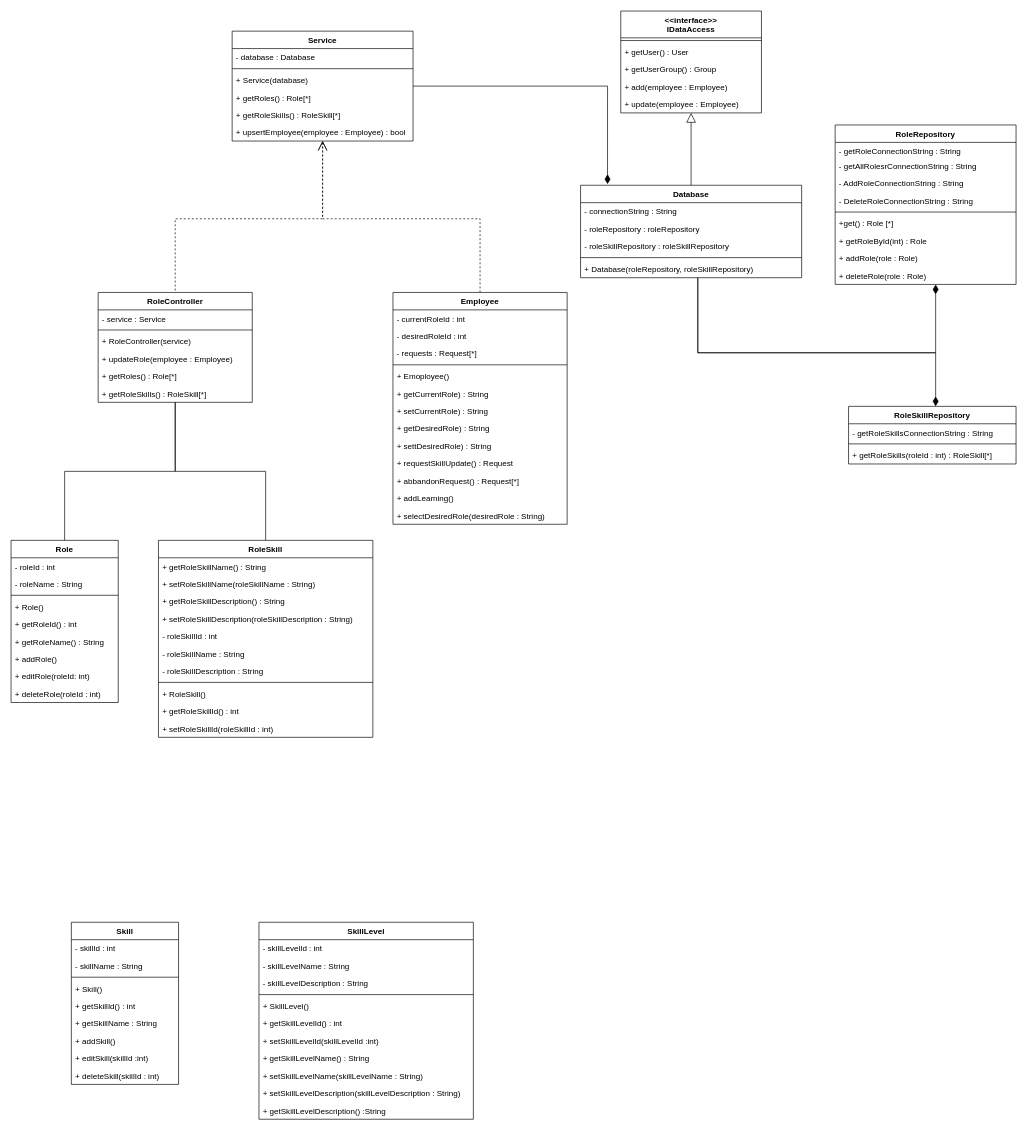
The draw.io diagram SelectRoleClassDiagram.drawio in learningCurve89/WorkBasedPortfolios, before the edit. Source tidied: cells renumbered, new cells numbered last; positions are measured from the earlier drawing's top-left corner, leaving out a move shared by most shapes. Both pictures are drawn from the tidied source at 67%, with x=0, y=0 at pixel (11, 11).
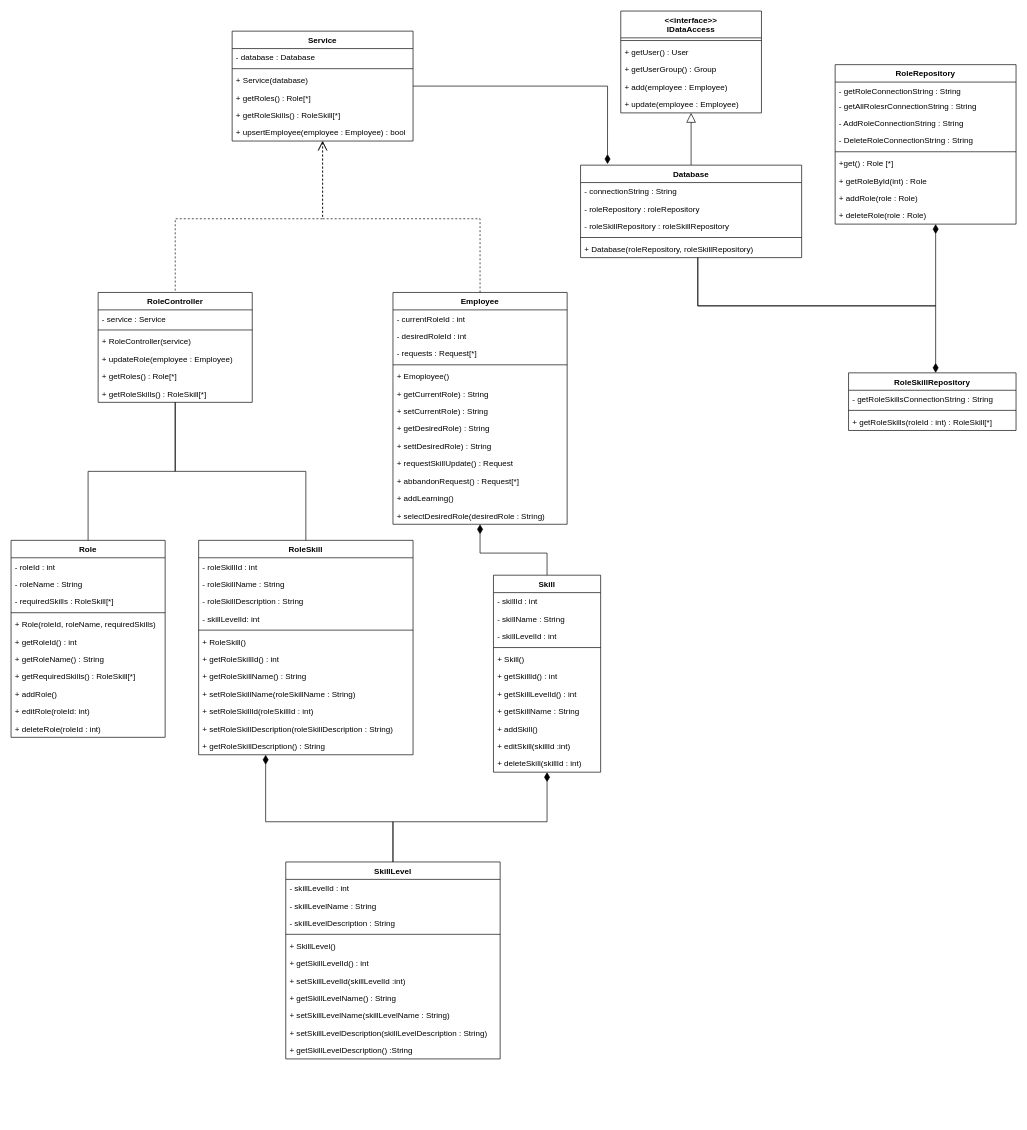
After the change.

The change refers to these unchanged cells:
```xml
<mxCell id="3" value="Employee" style="swimlane;fontStyle=1;align=center;verticalAlign=top;horizontal=1;startSize=26;" parent="1" vertex="1">
  <mxGeometry x="570" y="420" width="260" height="346" as="geometry" />
</mxCell>
```

Change to the diagram source:
```diff
@@
     <mxCell id="17" value="Role" style="swimlane;fontStyle=1;align=center;verticalAlign=top;horizontal=1;startSize=26;" parent="1" vertex="1">
-      <mxGeometry y="790" width="160" height="242" as="geometry" />
+      <mxGeometry y="790" width="230" height="294" as="geometry" />
     </mxCell>
     <mxCell id="18" value="- roleId : int" style="text;strokeColor=none;fillColor=none;align=left;verticalAlign=top;spacingLeft=4;spacingRight=4;overflow=hidden;" parent="17" vertex="1">
-      <mxGeometry y="26" width="160" height="26" as="geometry" />
+      <mxGeometry y="26" width="230" height="26" as="geometry" />
     </mxCell>
+    <mxCell id="108" value="- roleName : String" style="text;strokeColor=none;fillColor=none;align=left;verticalAlign=top;spacingLeft=4;spacingRight=4;overflow=hidden;" parent="17" vertex="1">
+      <mxGeometry y="52" width="230" height="26" as="geometry" />
+    </mxCell>
-    <mxCell id="19" value="- roleName : String" style="text;strokeColor=none;fillColor=none;align=left;verticalAlign=top;spacingLeft=4;spacingRight=4;overflow=hidden;" parent="17" vertex="1">
-      <mxGeometry y="52" width="160" height="26" as="geometry" />
+    <mxCell id="19" value="- requiredSkills : RoleSkill[*]" style="text;strokeColor=none;fillColor=none;align=left;verticalAlign=top;spacingLeft=4;spacingRight=4;overflow=hidden;" parent="17" vertex="1">
+      <mxGeometry y="78" width="230" height="26" as="geometry" />
     </mxCell>
     <mxCell id="20" style="line;strokeWidth=1;fillColor=none;align=left;verticalAlign=middle;spacingTop=-1;spacingLeft=3;spacingRight=3;labelPosition=right;" parent="17" vertex="1">
-      <mxGeometry y="78" width="160" height="8" as="geometry" />
+      <mxGeometry y="104" width="230" height="8" as="geometry" />
     </mxCell>
-    <mxCell id="21" value="+ Role()" style="text;strokeColor=none;fillColor=none;align=left;verticalAlign=top;spacingLeft=4;spacingRight=4;overflow=hidden;" parent="17" vertex="1">
-      <mxGeometry y="86" width="160" height="26" as="geometry" />
+    <mxCell id="21" value="+ Role(roleId, roleName, requiredSkills)" style="text;strokeColor=none;fillColor=none;align=left;verticalAlign=top;spacingLeft=4;spacingRight=4;overflow=hidden;" parent="17" vertex="1">
+      <mxGeometry y="112" width="230" height="26" as="geometry" />
     </mxCell>
     <mxCell id="22" value="+ getRoleId() : int" style="text;strokeColor=none;fillColor=none;align=left;verticalAlign=top;spacingLeft=4;spacingRight=4;overflow=hidden;" parent="17" vertex="1">
-      <mxGeometry y="112" width="160" height="26" as="geometry" />
+      <mxGeometry y="138" width="230" height="26" as="geometry" />
     </mxCell>
+    <mxCell id="109" value="+ getRoleName() : String" style="text;strokeColor=none;fillColor=none;align=left;verticalAlign=top;spacingLeft=4;spacingRight=4;overflow=hidden;" parent="17" vertex="1">
+      <mxGeometry y="164" width="230" height="26" as="geometry" />
+    </mxCell>
-    <mxCell id="23" value="+ getRoleName() : String" style="text;strokeColor=none;fillColor=none;align=left;verticalAlign=top;spacingLeft=4;spacingRight=4;overflow=hidden;" parent="17" vertex="1">
-      <mxGeometry y="138" width="160" height="26" as="geometry" />
+    <mxCell id="23" value="+ getRequiredSkills() : RoleSkill[*]" style="text;strokeColor=none;fillColor=none;align=left;verticalAlign=top;spacingLeft=4;spacingRight=4;overflow=hidden;" parent="17" vertex="1">
+      <mxGeometry y="190" width="230" height="26" as="geometry" />
     </mxCell>
     <mxCell id="24" value="+ addRole()" style="text;strokeColor=none;fillColor=none;align=left;verticalAlign=top;spacingLeft=4;spacingRight=4;overflow=hidden;" parent="17" vertex="1">
-      <mxGeometry y="164" width="160" height="26" as="geometry" />
+      <mxGeometry y="216" width="230" height="26" as="geometry" />
     </mxCell>
     <mxCell id="25" value="+ editRole(roleId: int)" style="text;strokeColor=none;fillColor=none;align=left;verticalAlign=top;spacingLeft=4;spacingRight=4;overflow=hidden;" parent="17" vertex="1">
-      <mxGeometry y="190" width="160" height="26" as="geometry" />
+      <mxGeometry y="242" width="230" height="26" as="geometry" />
     </mxCell>
     <mxCell id="26" value="+ deleteRole(roleId : int)" style="text;strokeColor=none;fillColor=none;align=left;verticalAlign=top;spacingLeft=4;spacingRight=4;overflow=hidden;" parent="17" vertex="1">
-      <mxGeometry y="216" width="160" height="26" as="geometry" />
+      <mxGeometry y="268" width="230" height="26" as="geometry" />
     </mxCell>
+    <mxCell id="110" style="edgeStyle=orthogonalEdgeStyle;rounded=0;jettySize=auto;html=1;startSize=12;endArrow=diamondThin;endFill=1;endSize=12;" parent="1" edge="1" source="27" target="3">
+      <mxGeometry relative="1" as="geometry" />
+    </mxCell>
     <mxCell id="27" value="Skill" style="swimlane;fontStyle=1;align=center;verticalAlign=top;horizontal=1;startSize=26;" parent="1" vertex="1">
-      <mxGeometry x="90" y="1360" width="160" height="242" as="geometry" />
+      <mxGeometry x="720" y="842" width="160" height="294" as="geometry" />
     </mxCell>
@@
+    <mxCell id="111" value="- skillName : String" style="text;strokeColor=none;fillColor=none;align=left;verticalAlign=top;spacingLeft=4;spacingRight=4;overflow=hidden;" parent="27" vertex="1">
+      <mxGeometry y="52" width="160" height="26" as="geometry" />
+    </mxCell>
-    <mxCell id="29" value="- skillName : String" style="text;strokeColor=none;fillColor=none;align=left;verticalAlign=top;spacingLeft=4;spacingRight=4;overflow=hidden;" parent="27" vertex="1">
-      <mxGeometry y="52" width="160" height="26" as="geometry" />
+    <mxCell id="29" value="- skillLevelId : int" style="text;strokeColor=none;fillColor=none;align=left;verticalAlign=top;spacingLeft=4;spacingRight=4;overflow=hidden;" parent="27" vertex="1">
+      <mxGeometry y="78" width="160" height="26" as="geometry" />
     </mxCell>
     <mxCell id="30" style="line;strokeWidth=1;fillColor=none;align=left;verticalAlign=middle;spacingTop=-1;spacingLeft=3;spacingRight=3;labelPosition=right;" parent="27" vertex="1">
-      <mxGeometry y="78" width="160" height="8" as="geometry" />
+      <mxGeometry y="104" width="160" height="8" as="geometry" />
     </mxCell>
     <mxCell id="31" value="+ Skill()" style="text;strokeColor=none;fillColor=none;align=left;verticalAlign=top;spacingLeft=4;spacingRight=4;overflow=hidden;" parent="27" vertex="1">
-      <mxGeometry y="86" width="160" height="26" as="geometry" />
+      <mxGeometry y="112" width="160" height="26" as="geometry" />
     </mxCell>
+    <mxCell id="112" value="+ getSkillId() : int" style="text;strokeColor=none;fillColor=none;align=left;verticalAlign=top;spacingLeft=4;spacingRight=4;overflow=hidden;" parent="27" vertex="1">
+      <mxGeometry y="138" width="160" height="26" as="geometry" />
+    </mxCell>
-    <mxCell id="32" value="+ getSkillId() : int" style="text;strokeColor=none;fillColor=none;align=left;verticalAlign=top;spacingLeft=4;spacingRight=4;overflow=hidden;" parent="27" vertex="1">
-      <mxGeometry y="112" width="160" height="26" as="geometry" />
+    <mxCell id="32" value="+ getSkillLevelId() : int" style="text;strokeColor=none;fillColor=none;align=left;verticalAlign=top;spacingLeft=4;spacingRight=4;overflow=hidden;" parent="27" vertex="1">
+      <mxGeometry y="164" width="160" height="26" as="geometry" />
     </mxCell>
     <mxCell id="33" value="+ getSkillName : String" style="text;strokeColor=none;fillColor=none;align=left;verticalAlign=top;spacingLeft=4;spacingRight=4;overflow=hidden;" parent="27" vertex="1">
-      <mxGeometry y="138" width="160" height="26" as="geometry" />
+      <mxGeometry y="190" width="160" height="26" as="geometry" />
     </mxCell>
     <mxCell id="34" value="+ addSkill()" style="text;strokeColor=none;fillColor=none;align=left;verticalAlign=top;spacingLeft=4;spacingRight=4;overflow=hidden;" parent="27" vertex="1">
-      <mxGeometry y="164" width="160" height="26" as="geometry" />
+      <mxGeometry y="216" width="160" height="26" as="geometry" />
     </mxCell>
     <mxCell id="35" value="+ editSkill(skillId :int)" style="text;strokeColor=none;fillColor=none;align=left;verticalAlign=top;spacingLeft=4;spacingRight=4;overflow=hidden;" parent="27" vertex="1">
-      <mxGeometry y="190" width="160" height="26" as="geometry" />
+      <mxGeometry y="242" width="160" height="26" as="geometry" />
     </mxCell>
     <mxCell id="36" value="+ deleteSkill(skillId : int)" style="text;strokeColor=none;fillColor=none;align=left;verticalAlign=top;spacingLeft=4;spacingRight=4;overflow=hidden;" parent="27" vertex="1">
-      <mxGeometry y="216" width="160" height="26" as="geometry" />
+      <mxGeometry y="268" width="160" height="26" as="geometry" />
     </mxCell>
+    <mxCell id="113" style="edgeStyle=orthogonalEdgeStyle;rounded=0;jettySize=auto;html=1;startSize=12;endArrow=diamondThin;endFill=1;endSize=12;" parent="1" edge="1" source="37" target="27">
+      <mxGeometry relative="1" as="geometry">
+        <Array as="points">
+          <mxPoint x="570" y="1210" />
+          <mxPoint x="800" y="1210" />
+        </Array>
+      </mxGeometry>
+    </mxCell>
+    <mxCell id="114" style="edgeStyle=orthogonalEdgeStyle;rounded=0;jettySize=auto;html=1;startSize=12;endArrow=diamondThin;endFill=1;endSize=12;" parent="1" edge="1" source="37" target="49">
+      <mxGeometry relative="1" as="geometry">
+        <Array as="points">
+          <mxPoint x="570" y="1210" />
+          <mxPoint x="380" y="1210" />
+        </Array>
+      </mxGeometry>
+    </mxCell>
     <mxCell id="37" value="SkillLevel" style="swimlane;fontStyle=1;align=center;verticalAlign=top;horizontal=1;startSize=26;" parent="1" vertex="1">
-      <mxGeometry x="370" y="1360" width="320" height="294" as="geometry" />
+      <mxGeometry x="410" y="1270" width="320" height="294" as="geometry" />
     </mxCell>
@@
     <mxCell id="49" value="RoleSkill" style="swimlane;fontStyle=1;align=center;verticalAlign=top;horizontal=1;startSize=26;" parent="1" vertex="1">
-      <mxGeometry x="220" y="790" width="320" height="294" as="geometry" />
+      <mxGeometry x="280" y="790" width="320" height="320" as="geometry" />
     </mxCell>
-    <mxCell id="50" value="+ getRoleSkillName() : String" style="text;strokeColor=none;fillColor=none;align=left;verticalAlign=top;spacingLeft=4;spacingRight=4;overflow=hidden;" parent="49" vertex="1">
-      <mxGeometry y="26" width="320" height="26" as="geometry" />
-    </mxCell>
-    <mxCell id="51" value="+ setRoleSkillName(roleSkillName : String)" style="text;strokeColor=none;fillColor=none;align=left;verticalAlign=top;spacingLeft=4;spacingRight=4;overflow=hidden;" parent="49" vertex="1">
-      <mxGeometry y="52" width="320" height="26" as="geometry" />
-    </mxCell>
-    <mxCell id="52" value="+ getRoleSkillDescription() : String" style="text;strokeColor=none;fillColor=none;align=left;verticalAlign=top;spacingLeft=4;spacingRight=4;overflow=hidden;" parent="49" vertex="1">
-      <mxGeometry y="78" width="320" height="26" as="geometry" />
-    </mxCell>
-    <mxCell id="53" value="+ setRoleSkillDescription(roleSkillDescription : String)" style="text;strokeColor=none;fillColor=none;align=left;verticalAlign=top;spacingLeft=4;spacingRight=4;overflow=hidden;" parent="49" vertex="1">
-      <mxGeometry y="104" width="320" height="26" as="geometry" />
-    </mxCell>
     <mxCell id="54" value="- roleSkillId : int" style="text;strokeColor=none;fillColor=none;align=left;verticalAlign=top;spacingLeft=4;spacingRight=4;overflow=hidden;" parent="49" vertex="1">
-      <mxGeometry y="130" width="320" height="26" as="geometry" />
+      <mxGeometry y="26" width="320" height="26" as="geometry" />
     </mxCell>
     <mxCell id="55" value="- roleSkillName : String" style="text;strokeColor=none;fillColor=none;align=left;verticalAlign=top;spacingLeft=4;spacingRight=4;overflow=hidden;" parent="49" vertex="1">
-      <mxGeometry y="156" width="320" height="26" as="geometry" />
+      <mxGeometry y="52" width="320" height="26" as="geometry" />
     </mxCell>
     <mxCell id="56" value="- roleSkillDescription : String" style="text;strokeColor=none;fillColor=none;align=left;verticalAlign=top;spacingLeft=4;spacingRight=4;overflow=hidden;" parent="49" vertex="1">
-      <mxGeometry y="182" width="320" height="26" as="geometry" />
+      <mxGeometry y="78" width="320" height="26" as="geometry" />
     </mxCell>
+    <mxCell id="115" value="- skillLevelId: int" style="text;strokeColor=none;fillColor=none;align=left;verticalAlign=top;spacingLeft=4;spacingRight=4;overflow=hidden;" parent="49" vertex="1">
+      <mxGeometry y="104" width="320" height="26" as="geometry" />
+    </mxCell>
     <mxCell id="57" style="line;strokeWidth=1;fillColor=none;align=left;verticalAlign=middle;spacingTop=-1;spacingLeft=3;spacingRight=3;labelPosition=right;" parent="49" vertex="1">
-      <mxGeometry y="208" width="320" height="8" as="geometry" />
+      <mxGeometry y="130" width="320" height="8" as="geometry" />
     </mxCell>
     <mxCell id="58" value="+ RoleSkill()" style="text;strokeColor=none;fillColor=none;align=left;verticalAlign=top;spacingLeft=4;spacingRight=4;overflow=hidden;" parent="49" vertex="1">
-      <mxGeometry y="216" width="320" height="26" as="geometry" />
+      <mxGeometry y="138" width="320" height="26" as="geometry" />
     </mxCell>
     <mxCell id="59" value="+ getRoleSkillId() : int" style="text;strokeColor=none;fillColor=none;align=left;verticalAlign=top;spacingLeft=4;spacingRight=4;overflow=hidden;" parent="49" vertex="1">
-      <mxGeometry y="242" width="320" height="26" as="geometry" />
+      <mxGeometry y="164" width="320" height="26" as="geometry" />
     </mxCell>
+    <mxCell id="50" value="+ getRoleSkillName() : String" style="text;strokeColor=none;fillColor=none;align=left;verticalAlign=top;spacingLeft=4;spacingRight=4;overflow=hidden;" parent="49" vertex="1">
+      <mxGeometry y="190" width="320" height="26" as="geometry" />
+    </mxCell>
+    <mxCell id="51" value="+ setRoleSkillName(roleSkillName : String)" style="text;strokeColor=none;fillColor=none;align=left;verticalAlign=top;spacingLeft=4;spacingRight=4;overflow=hidden;" parent="49" vertex="1">
+      <mxGeometry y="216" width="320" height="26" as="geometry" />
+    </mxCell>
     <mxCell id="60" value="+ setRoleSkillId(roleSkillId : int) " style="text;strokeColor=none;fillColor=none;align=left;verticalAlign=top;spacingLeft=4;spacingRight=4;overflow=hidden;" parent="49" vertex="1">
-      <mxGeometry y="268" width="320" height="26" as="geometry" />
+      <mxGeometry y="242" width="320" height="26" as="geometry" />
     </mxCell>
+    <mxCell id="53" value="+ setRoleSkillDescription(roleSkillDescription : String)" style="text;strokeColor=none;fillColor=none;align=left;verticalAlign=top;spacingLeft=4;spacingRight=4;overflow=hidden;" parent="49" vertex="1">
+      <mxGeometry y="268" width="320" height="26" as="geometry" />
+    </mxCell>
+    <mxCell id="52" value="+ getRoleSkillDescription() : String" style="text;strokeColor=none;fillColor=none;align=left;verticalAlign=top;spacingLeft=4;spacingRight=4;overflow=hidden;" parent="49" vertex="1">
+      <mxGeometry y="294" width="320" height="26" as="geometry" />
+    </mxCell>
@@
     <mxCell id="70" style="edgeStyle=orthogonalEdgeStyle;rounded=0;jettySize=auto;html=1;endArrow=diamondThin;endFill=1;endSize=12;startSize=12;" parent="1" edge="1" source="73" target="87">
       <mxGeometry relative="1" as="geometry">
         <Array as="points">
-          <mxPoint x="1025" y="510" />
-          <mxPoint x="1380" y="510" />
+          <mxPoint x="1025" y="440" />
+          <mxPoint x="1380" y="440" />
         </Array>
       </mxGeometry>
     </mxCell>
     <mxCell id="71" style="edgeStyle=orthogonalEdgeStyle;rounded=0;jettySize=auto;html=1;endArrow=diamondThin;endFill=1;endSize=12;startSize=12;" parent="1" edge="1" source="73" target="97">
       <mxGeometry relative="1" as="geometry">
         <Array as="points">
-          <mxPoint x="1025" y="510" />
-          <mxPoint x="1380" y="510" />
+          <mxPoint x="1025" y="440" />
+          <mxPoint x="1380" y="440" />
         </Array>
       </mxGeometry>
     </mxCell>
@@
     <mxCell id="73" value="Database" style="swimlane;fontStyle=1;align=center;verticalAlign=top;horizontal=1;startSize=26;" parent="1" vertex="1">
-      <mxGeometry x="850" y="260" width="330" height="138" as="geometry" />
+      <mxGeometry x="850" y="230" width="330" height="138" as="geometry" />
     </mxCell>
@@
     <mxCell id="87" value="RoleRepository" style="swimlane;fontStyle=1;align=center;verticalAlign=top;horizontal=1;startSize=26;" parent="1" vertex="1">
-      <mxGeometry x="1230" y="170" width="270" height="238" as="geometry" />
+      <mxGeometry x="1230" y="80" width="270" height="238" as="geometry" />
     </mxCell>
@@
     <mxCell id="97" value="RoleSkillRepository" style="swimlane;fontStyle=1;align=center;verticalAlign=top;horizontal=1;startSize=26;" parent="1" vertex="1">
-      <mxGeometry x="1250" y="590" width="250" height="86" as="geometry" />
+      <mxGeometry x="1250" y="540" width="250" height="86" as="geometry" />
     </mxCell>
```
